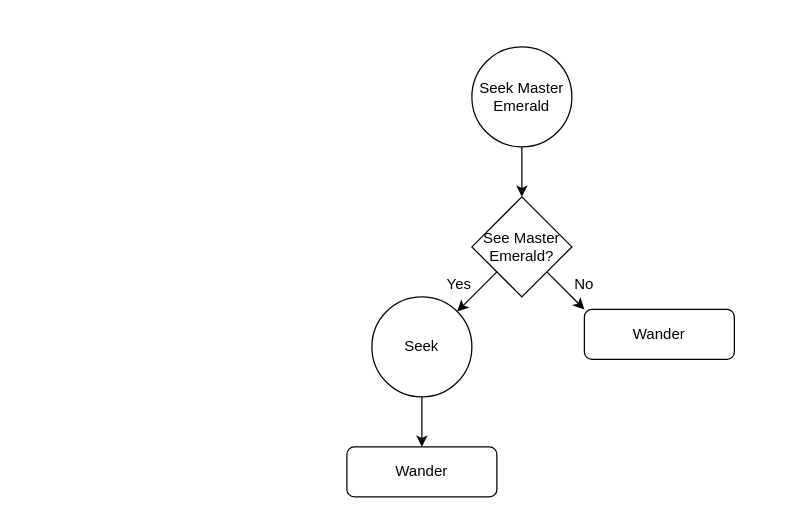
The draw.io diagram page "Seek Master Emerald" (4 of 7) of Documentation/Logan Ryan - AI Behaviours.drawio in loganryan01/AIEGameAIAssignment, before the edit. Source tidied: cells renumbered, new cells numbered last; positions are measured from the earlier drawing's top-left corner, leaving out a move shared by most shapes. Both pictures are drawn from the tidied source at 125%, with x=0, y=0 at pixel (346, 46).
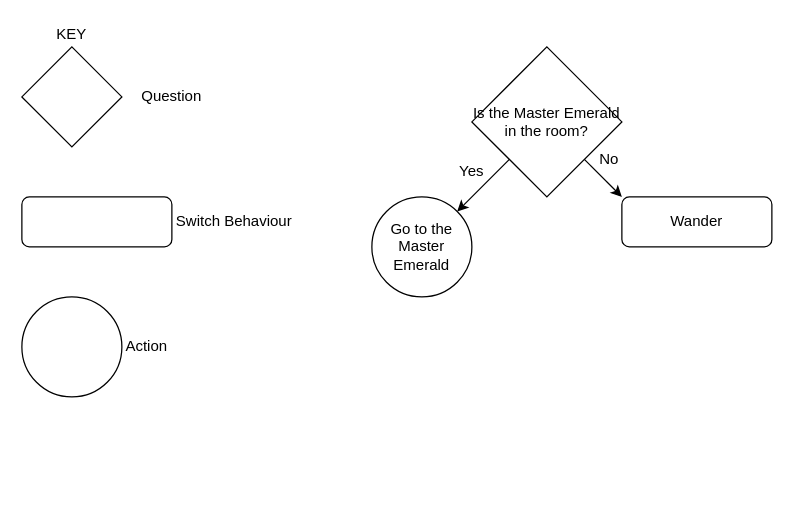
After the change.

The edit, as a diff of the source:
```diff
@@
 <mxGraphModel>
   <root>
     <mxCell id="0" />
     <mxCell id="1" parent="0" />
-    <mxCell id="2" value="Seek Master Emerald" style="ellipse;whiteSpace=wrap;html=1;" parent="1" vertex="1">
-      <mxGeometry x="100" width="80" height="80" as="geometry" />
-    </mxCell>
-    <mxCell id="3" style="endArrow=classic;html=1;exitX=0.5;exitY=1;exitDx=0;exitDy=0;entryX=0.5;entryY=0;entryDx=0;entryDy=0;" parent="1" edge="1" source="2" target="4">
-      <mxGeometry relative="1" as="geometry" />
-    </mxCell>
-    <mxCell id="4" value="See Master Emerald?" style="rhombus;whiteSpace=wrap;html=1;" parent="1" vertex="1">
-      <mxGeometry x="100" y="120" width="80" height="80" as="geometry" />
+    <mxCell id="4" value="Is the Master Emerald in the room?" style="rhombus;whiteSpace=wrap;html=1;" parent="1" vertex="1">
+      <mxGeometry x="100" width="120" height="120" as="geometry" />
     </mxCell>
     <mxCell id="5" style="endArrow=classic;html=1;exitX=0;exitY=1;exitDx=0;exitDy=0;entryX=1;entryY=0;entryDx=0;entryDy=0;" parent="1" edge="1" source="4" target="6">
       <mxGeometry relative="1" as="geometry" />
     </mxCell>
-    <mxCell id="6" value="Seek" style="ellipse;whiteSpace=wrap;html=1;" parent="1" vertex="1">
-      <mxGeometry x="20" y="200" width="80" height="80" as="geometry" />
+    <mxCell id="6" value="Go to the Master Emerald" style="ellipse;whiteSpace=wrap;html=1;" parent="1" vertex="1">
+      <mxGeometry x="20" y="120" width="80" height="80" as="geometry" />
     </mxCell>
-    <mxCell id="7" style="endArrow=classic;html=1;exitX=0.5;exitY=1;exitDx=0;exitDy=0;entryX=0.5;entryY=0;entryDx=0;entryDy=0;" parent="1" edge="1" source="6" target="8">
-      <mxGeometry relative="1" as="geometry" />
-    </mxCell>
-    <mxCell id="8" value="Wander" style="rounded=1;whiteSpace=wrap;html=1;" parent="1" vertex="1">
-      <mxGeometry y="320" width="120" height="40" as="geometry" />
-    </mxCell>
     <mxCell id="9" value="Wander" style="rounded=1;whiteSpace=wrap;html=1;" parent="1" vertex="1">
-      <mxGeometry x="190" y="210" width="120" height="40" as="geometry" />
+      <mxGeometry x="220" y="120" width="120" height="40" as="geometry" />
     </mxCell>
     <mxCell id="10" style="endArrow=classic;html=1;exitX=1;exitY=1;exitDx=0;exitDy=0;entryX=0;entryY=0;entryDx=0;entryDy=0;" parent="1" edge="1" source="4" target="9">
       <mxGeometry relative="1" as="geometry" />
     </mxCell>
     <mxCell id="11" style="edgeStyle=orthogonalEdgeStyle;rounded=0;orthogonalLoop=1;jettySize=auto;html=1;exitX=0.5;exitY=1;exitDx=0;exitDy=0;" parent="1" edge="1" source="9" target="9">
       <mxGeometry relative="1" as="geometry" />
     </mxCell>
     <mxCell id="12" value="Yes" style="text;html=1;strokeColor=none;fillColor=none;align=center;verticalAlign=middle;whiteSpace=wrap;rounded=0;" parent="1" vertex="1">
-      <mxGeometry x="70" y="180" width="40" height="20" as="geometry" />
+      <mxGeometry x="80" y="90" width="40" height="20" as="geometry" />
     </mxCell>
     <mxCell id="13" value="No" style="text;html=1;strokeColor=none;fillColor=none;align=center;verticalAlign=middle;whiteSpace=wrap;rounded=0;" parent="1" vertex="1">
-      <mxGeometry x="170" y="180" width="40" height="20" as="geometry" />
+      <mxGeometry x="190" y="80" width="40" height="20" as="geometry" />
     </mxCell>
+    <mxCell id="14" style="rhombus;whiteSpace=wrap;html=1;" parent="1" vertex="1">
+      <mxGeometry x="-260" width="80" height="80" as="geometry" />
+    </mxCell>
+    <mxCell id="15" value="Question" style="text;html=1;strokeColor=none;fillColor=none;align=center;verticalAlign=middle;whiteSpace=wrap;rounded=0;" parent="1" vertex="1">
+      <mxGeometry x="-180" y="30" width="80" height="20" as="geometry" />
+    </mxCell>
+    <mxCell id="16" style="rounded=1;whiteSpace=wrap;html=1;" parent="1" vertex="1">
+      <mxGeometry x="-260" y="120" width="120" height="40" as="geometry" />
+    </mxCell>
+    <mxCell id="17" value="Switch Behaviour" style="text;html=1;strokeColor=none;fillColor=none;align=center;verticalAlign=middle;whiteSpace=wrap;rounded=0;" parent="1" vertex="1">
+      <mxGeometry x="-140" y="130" width="100" height="20" as="geometry" />
+    </mxCell>
+    <mxCell id="18" style="ellipse;whiteSpace=wrap;html=1;" parent="1" vertex="1">
+      <mxGeometry x="-260" y="200" width="80" height="80" as="geometry" />
+    </mxCell>
+    <mxCell id="19" value="Action" style="text;html=1;strokeColor=none;fillColor=none;align=center;verticalAlign=middle;whiteSpace=wrap;rounded=0;" parent="1" vertex="1">
+      <mxGeometry x="-180" y="230" width="40" height="20" as="geometry" />
+    </mxCell>
+    <mxCell id="20" value="KEY" style="text;html=1;strokeColor=none;fillColor=none;align=center;verticalAlign=middle;whiteSpace=wrap;rounded=0;" parent="1" vertex="1">
+      <mxGeometry x="-240" y="-20" width="40" height="20" as="geometry" />
+    </mxCell>
   </root>
 </mxGraphModel>
```
